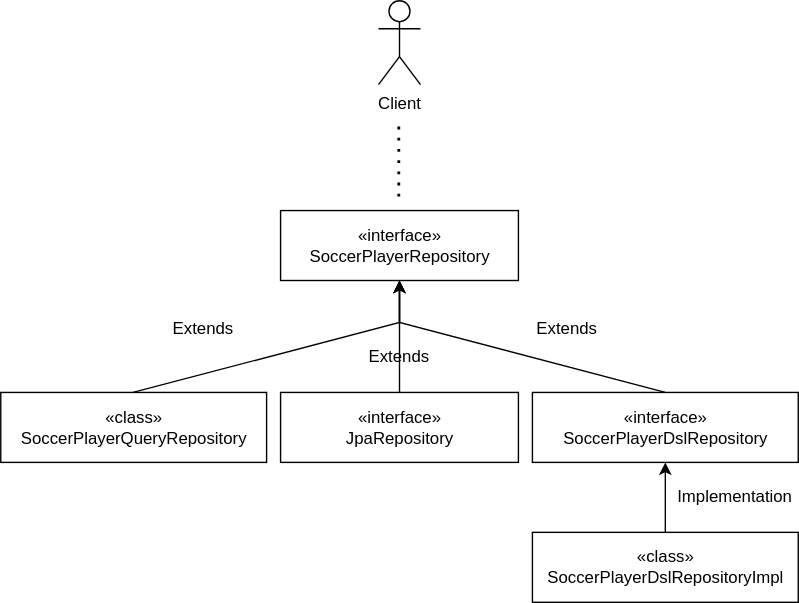
Earlier version of the draw.io export document/withdatajpa/with_data_jpa.svg (roy-zz/querydsl). Source tidied: cells renumbered, new cells last; positions are measured from the earlier drawing's top-left corner, leaving out a move shared by most shapes.
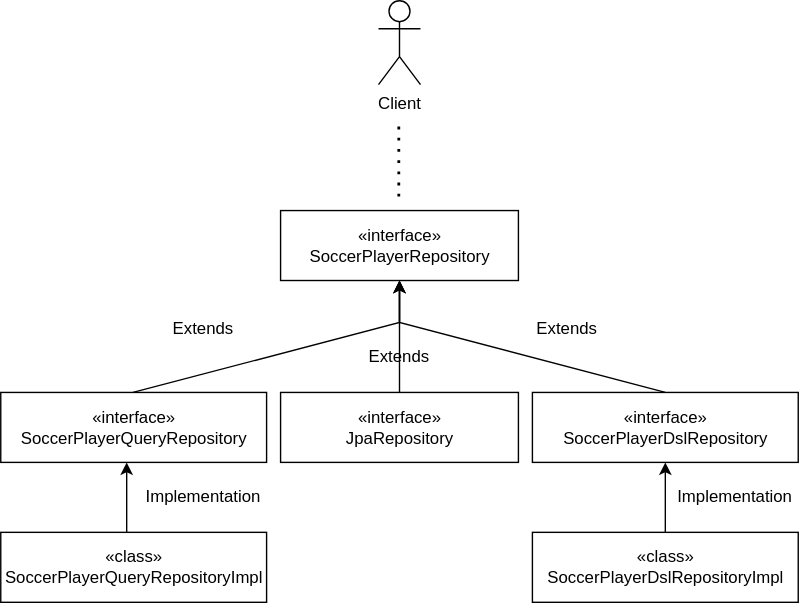
After the change.

Commit message:
add spring data jpa with querydsl article

The edit, as a diff of the source:
```diff
@@ -5,7 +5,7 @@
     <mxCell id="2" value="«interface»&lt;br&gt;SoccerPlayerRepository" style="html=1;" parent="1" vertex="1">
       <mxGeometry x="200" y="150" width="170" height="50" as="geometry" />
     </mxCell>
-    <mxCell id="3" value="«class»&lt;br&gt;SoccerPlayerQueryRepository" style="html=1;" parent="1" vertex="1">
+    <mxCell id="3" value="«interface»&lt;br&gt;SoccerPlayerQueryRepository" style="html=1;" parent="1" vertex="1">
       <mxGeometry y="280" width="190" height="50" as="geometry" />
     </mxCell>
     <mxCell id="4" value="«interface»&lt;br&gt;JpaRepository" style="html=1;" parent="1" vertex="1">
@@ -63,5 +63,17 @@
         <mxPoint x="284.5" y="90" as="targetPoint" />
       </mxGeometry>
     </mxCell>
+    <mxCell id="17" value="«class»&lt;br&gt;SoccerPlayerQueryRepositoryImpl" style="html=1;" parent="1" vertex="1">
+      <mxGeometry y="380" width="190" height="50" as="geometry" />
+    </mxCell>
+    <mxCell id="18" value="Implementation" style="text;html=1;strokeColor=none;fillColor=none;align=center;verticalAlign=middle;whiteSpace=wrap;rounded=0;" parent="1" vertex="1">
+      <mxGeometry x="100" y="340" width="90" height="30" as="geometry" />
+    </mxCell>
+    <mxCell id="19" style="endArrow=classic;html=1;rounded=0;exitX=0.5;exitY=0;exitDx=0;exitDy=0;entryX=0.5;entryY=1;entryDx=0;entryDy=0;" parent="1" edge="1">
+      <mxGeometry relative="1" as="geometry">
+        <mxPoint x="90" y="380" as="sourcePoint" />
+        <mxPoint x="90" y="330" as="targetPoint" />
+      </mxGeometry>
+    </mxCell>
   </root>
 </mxGraphModel>
```
